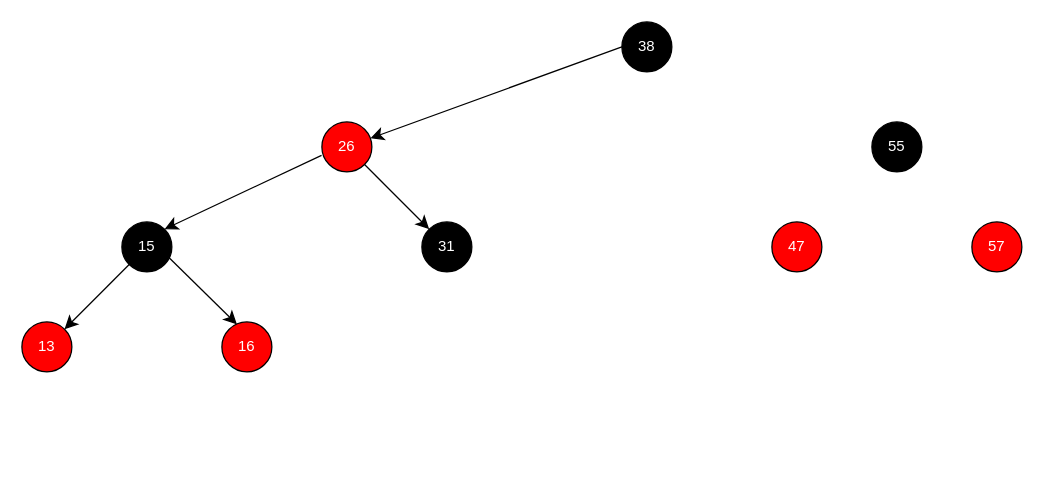
This is red_black_tree.drawio from semihhdemirel/semihhdemirel, a draw.io file, before an edit. Source tidied: cells renumbered, new cells numbered last; positions are measured from the earlier drawing's top-left corner, leaving out a move shared by most shapes. Both pictures are drawn from the tidied source at 125%, with x=0, y=0 at pixel (21, 21).
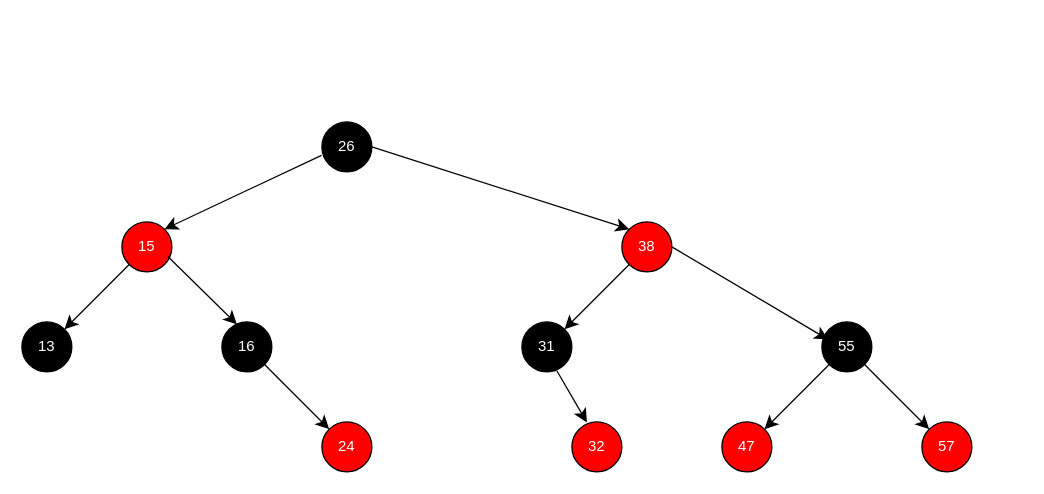
The same diagram, later.

Diff of the diagram source:
```diff
@@
-    <mxCell id="2" value="38" style="ellipse;whiteSpace=wrap;html=1;fillColor=#000000;fontColor=#FFFFFF;" parent="1" vertex="1">
-      <mxGeometry x="480" width="40" height="40" as="geometry" />
+    <mxCell id="2" value="38" style="ellipse;whiteSpace=wrap;html=1;fillColor=#FF0000;fontColor=#FFFFFF;" parent="1" vertex="1">
+      <mxGeometry x="480" y="160" width="40" height="40" as="geometry" />
     </mxCell>
-    <mxCell id="3" value="26" style="ellipse;whiteSpace=wrap;html=1;fillColor=#FF0000;fontColor=#FFFFFF;" parent="1" vertex="1">
+    <mxCell id="3" value="26" style="ellipse;whiteSpace=wrap;html=1;fillColor=#000000;fontColor=#FFFFFF;" parent="1" vertex="1">
       <mxGeometry x="240" y="80" width="40" height="40" as="geometry" />
     </mxCell>
     <mxCell id="4" value="57" style="ellipse;whiteSpace=wrap;html=1;fillColor=#FF0000;fontColor=#FFFFFF;" parent="1" vertex="1">
-      <mxGeometry x="760" y="160" width="40" height="40" as="geometry" />
+      <mxGeometry x="720" y="320" width="40" height="40" as="geometry" />
     </mxCell>
     <mxCell id="5" value="31" style="ellipse;whiteSpace=wrap;html=1;fillColor=#000000;fontColor=#FFFFFF;" parent="1" vertex="1">
-      <mxGeometry x="320" y="160" width="40" height="40" as="geometry" />
+      <mxGeometry x="400" y="240" width="40" height="40" as="geometry" />
     </mxCell>
-    <mxCell id="6" style="endArrow=classic;html=1;rounded=0;fontSize=12;startSize=8;endSize=8;curved=1;exitX=0;exitY=0.5;exitDx=0;exitDy=0;" parent="1" edge="1" source="2" target="3">
-      <mxGeometry relative="1" as="geometry" />
-    </mxCell>
-    <mxCell id="7" style="endArrow=classic;html=1;rounded=0;fontSize=12;startSize=8;endSize=8;curved=1;exitX=1;exitY=1;exitDx=0;exitDy=0;entryX=0;entryY=0;entryDx=0;entryDy=0;" parent="1" edge="1" source="3" target="5">
+    <mxCell id="7" style="endArrow=classic;html=1;rounded=0;fontSize=12;startSize=8;endSize=8;curved=1;exitX=1;exitY=0.5;exitDx=0;exitDy=0;entryX=0;entryY=0;entryDx=0;entryDy=0;" parent="1" edge="1" source="3" target="2">
       <mxGeometry relative="1" as="geometry" />
     </mxCell>
-    <mxCell id="8" value="16" style="ellipse;whiteSpace=wrap;html=1;fillColor=#FF0000;fontColor=#FFFFFF;" parent="1" vertex="1">
+    <mxCell id="8" value="16" style="ellipse;whiteSpace=wrap;html=1;fillColor=#000000;fontColor=#FFFFFF;" parent="1" vertex="1">
       <mxGeometry x="160" y="240" width="40" height="40" as="geometry" />
     </mxCell>
-    <mxCell id="9" value="13" style="ellipse;whiteSpace=wrap;html=1;fillColor=#FF0000;fontColor=#FFFFFF;" parent="1" vertex="1">
+    <mxCell id="9" value="13" style="ellipse;whiteSpace=wrap;html=1;fillColor=#000000;fontColor=#FFFFFF;" parent="1" vertex="1">
       <mxGeometry y="240" width="40" height="40" as="geometry" />
     </mxCell>
     <mxCell id="10" value="55" style="ellipse;whiteSpace=wrap;html=1;fillColor=#000000;fontColor=#FFFFFF;" parent="1" vertex="1">
-      <mxGeometry x="680" y="80" width="40" height="40" as="geometry" />
+      <mxGeometry x="640" y="240" width="40" height="40" as="geometry" />
     </mxCell>
-    <mxCell id="11" value="15" style="ellipse;whiteSpace=wrap;html=1;fillColor=#000000;fontColor=#FFFFFF;" parent="1" vertex="1">
+    <mxCell id="11" value="15" style="ellipse;whiteSpace=wrap;html=1;fillColor=#FF0000;fontColor=#FFFFFF;" parent="1" vertex="1">
       <mxGeometry x="80" y="160" width="40" height="40" as="geometry" />
     </mxCell>
@@
     <mxCell id="15" value="47" style="ellipse;whiteSpace=wrap;html=1;fillColor=#FF0000;fontColor=#FFFFFF;" parent="1" vertex="1">
-      <mxGeometry x="600" y="160" width="40" height="40" as="geometry" />
+      <mxGeometry x="560" y="320" width="40" height="40" as="geometry" />
     </mxCell>
+    <mxCell id="16" style="endArrow=classic;html=1;rounded=0;fontSize=12;startSize=8;endSize=8;curved=1;exitX=1;exitY=0.5;exitDx=0;exitDy=0;entryX=0.128;entryY=0.355;entryDx=0;entryDy=0;entryPerimeter=0;" parent="1" edge="1" source="2" target="10">
+      <mxGeometry relative="1" as="geometry" />
+    </mxCell>
+    <mxCell id="17" style="endArrow=classic;html=1;rounded=0;fontSize=12;startSize=8;endSize=8;curved=1;entryX=0;entryY=0;entryDx=0;entryDy=0;exitX=1;exitY=1;exitDx=0;exitDy=0;" parent="1" edge="1" source="10" target="4">
+      <mxGeometry relative="1" as="geometry" />
+    </mxCell>
+    <mxCell id="18" style="endArrow=classic;html=1;rounded=0;fontSize=12;startSize=8;endSize=8;curved=1;entryX=1;entryY=0;entryDx=0;entryDy=0;exitX=0;exitY=1;exitDx=0;exitDy=0;" parent="1" edge="1" source="10" target="15">
+      <mxGeometry relative="1" as="geometry" />
+    </mxCell>
+    <mxCell id="19" value="24" style="ellipse;whiteSpace=wrap;html=1;fillColor=#FF0000;fontColor=#FFFFFF;" parent="1" vertex="1">
+      <mxGeometry x="240" y="320" width="40" height="40" as="geometry" />
+    </mxCell>
+    <mxCell id="20" style="endArrow=classic;html=1;rounded=0;fontSize=12;startSize=8;endSize=8;curved=1;entryX=1;entryY=0;entryDx=0;entryDy=0;exitX=0;exitY=1;exitDx=0;exitDy=0;" parent="1" edge="1" source="2" target="5">
+      <mxGeometry relative="1" as="geometry" />
+    </mxCell>
+    <mxCell id="21" style="endArrow=classic;html=1;rounded=0;fontSize=12;startSize=8;endSize=8;curved=1;exitX=1;exitY=1;exitDx=0;exitDy=0;entryX=0;entryY=0;entryDx=0;entryDy=0;" parent="1" edge="1" source="8" target="19">
+      <mxGeometry relative="1" as="geometry" />
+    </mxCell>
+    <mxCell id="22" value="32" style="ellipse;whiteSpace=wrap;html=1;fillColor=#FF0000;fontColor=#FFFFFF;" parent="1" vertex="1">
+      <mxGeometry x="440" y="320" width="40" height="40" as="geometry" />
+    </mxCell>
+    <mxCell id="23" style="endArrow=classic;html=1;rounded=0;fontSize=12;startSize=8;endSize=8;curved=1;exitX=0.702;exitY=0.983;exitDx=0;exitDy=0;exitPerimeter=0;entryX=0.3;entryY=0.009;entryDx=0;entryDy=0;entryPerimeter=0;" parent="1" edge="1" source="5" target="22">
+      <mxGeometry relative="1" as="geometry" />
+    </mxCell>
```
